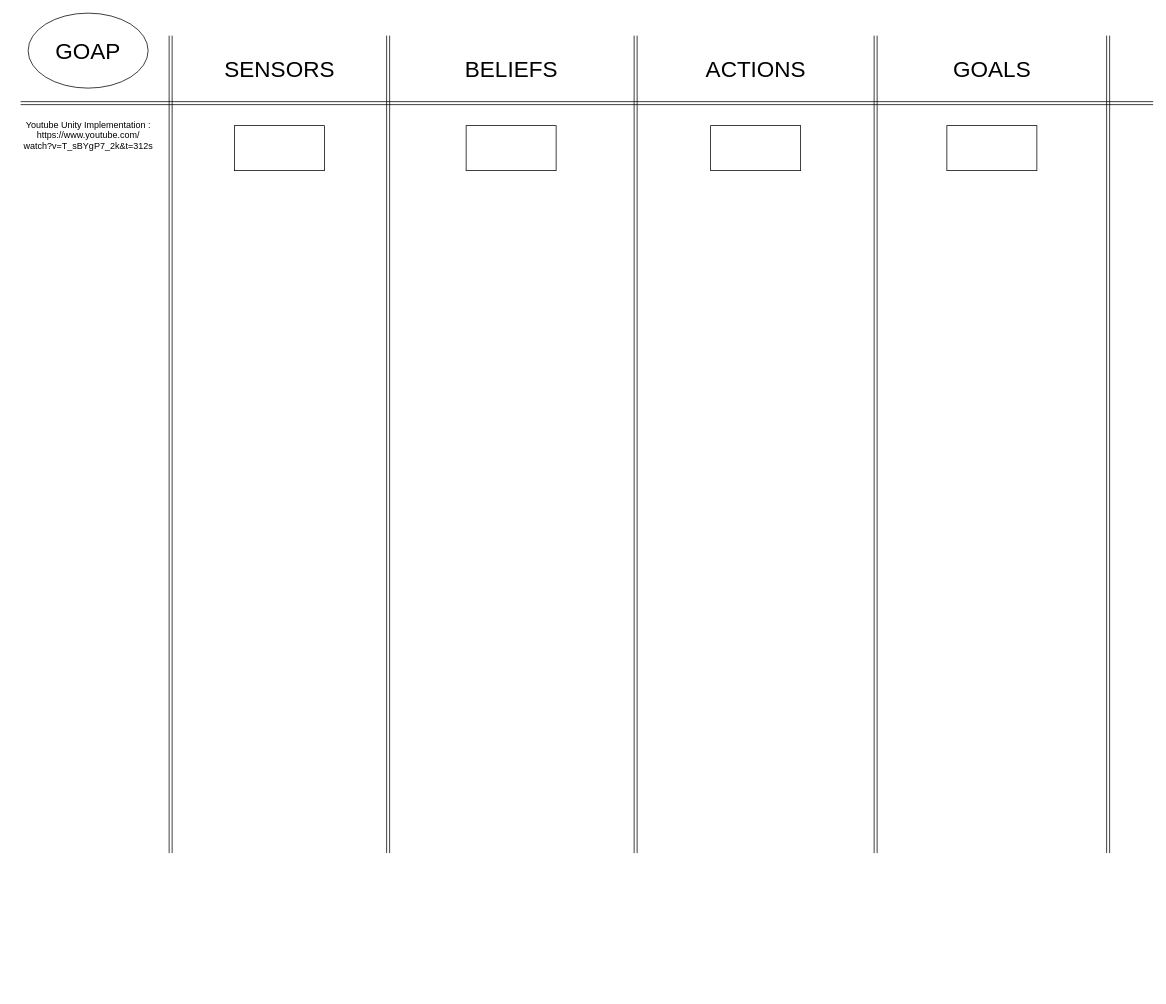
The draw.io diagram page "Unit" (4 of 6) of sources/lux.drawio in LouisViel/Lux-AI, before the edit. Source tidied: cells renumbered, new cells numbered last; positions are measured from the earlier drawing's top-left corner, leaving out a move shared by most shapes. Both pictures are drawn from the tidied source at 75%, with x=0, y=0 at pixel (13, 13).
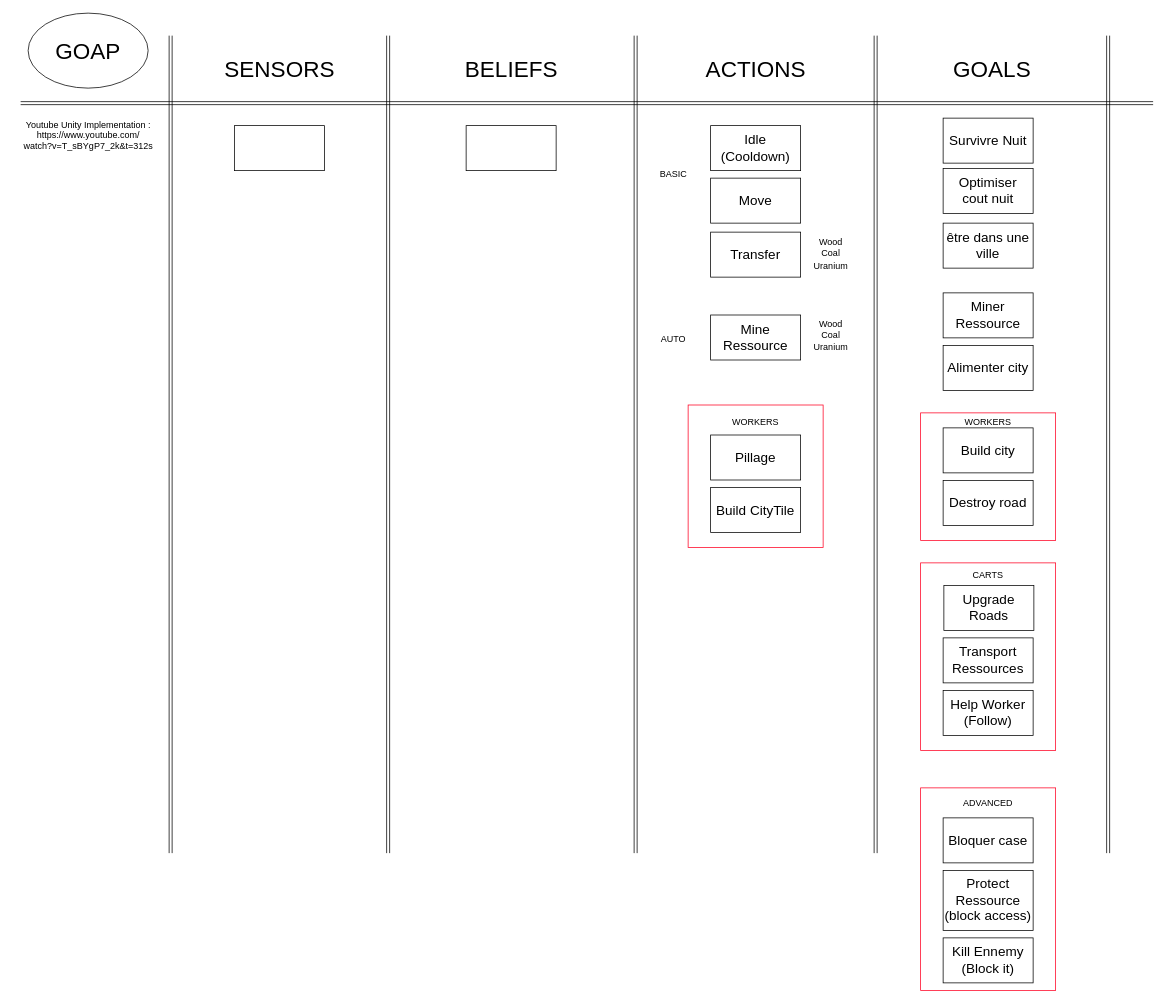
Above is the later version.

What changed in the source:
```diff
@@
+    <mxCell id="18" value="&lt;div&gt;ADVANCED&lt;br&gt;&lt;br&gt;&lt;br&gt;&lt;br&gt;&lt;br&gt;&lt;br&gt;&lt;br&gt;&lt;br&gt;&lt;br&gt;&lt;/div&gt;&lt;div&gt;&lt;br&gt;&lt;/div&gt;&lt;div&gt;&lt;br&gt;&lt;/div&gt;&lt;div&gt;&lt;br&gt;&lt;/div&gt;&lt;div&gt;&lt;br&gt;&lt;/div&gt;&lt;div&gt;&lt;br&gt;&lt;/div&gt;&lt;div&gt;&lt;br&gt;&lt;/div&gt;&lt;div&gt;&lt;br&gt;&lt;/div&gt;&lt;div&gt;&lt;br&gt;&lt;/div&gt;" style="whiteSpace=wrap;html=1;fillColor=none;strokeColor=#FF0022;" parent="1" vertex="1">
+      <mxGeometry x="1210" y="1033" width="180" height="270" as="geometry" />
+    </mxCell>
+    <mxCell id="19" value="&lt;div&gt;WORKERS&lt;br&gt;&lt;br&gt;&lt;br&gt;&lt;br&gt;&lt;br&gt;&lt;br&gt;&lt;/div&gt;&lt;div&gt;&lt;br&gt;&lt;/div&gt;&lt;div&gt;&lt;br&gt;&lt;/div&gt;&lt;div&gt;&lt;br&gt;&lt;/div&gt;&lt;div&gt;&lt;br&gt;&lt;/div&gt;&lt;div&gt;&lt;br&gt;&lt;/div&gt;" style="whiteSpace=wrap;html=1;fillColor=none;strokeColor=#FF0022;" parent="1" vertex="1">
+      <mxGeometry x="1210" y="533" width="180" height="170" as="geometry" />
+    </mxCell>
+    <mxCell id="20" value="&lt;div&gt;WORKERS&lt;br&gt;&lt;br&gt;&lt;br&gt;&lt;br&gt;&lt;br&gt;&lt;br&gt;&lt;br&gt;&lt;br&gt;&lt;br&gt;&lt;br&gt;&lt;br&gt;&lt;/div&gt;" style="whiteSpace=wrap;html=1;fillColor=none;strokeColor=#FF0022;" parent="1" vertex="1">
+      <mxGeometry x="900" y="522.5" width="180" height="190" as="geometry" />
+    </mxCell>
+    <mxCell id="21" value="&lt;div&gt;CARTS&lt;br&gt;&lt;br&gt;&lt;br&gt;&lt;br&gt;&lt;br&gt;&lt;/div&gt;&lt;div&gt;&lt;br&gt;&lt;/div&gt;&lt;div&gt;&lt;br&gt;&lt;/div&gt;&lt;div&gt;&lt;br&gt;&lt;/div&gt;&lt;div&gt;&lt;br&gt;&lt;/div&gt;&lt;div&gt;&lt;br&gt;&lt;/div&gt;&lt;div&gt;&lt;br&gt;&lt;/div&gt;&lt;div&gt;&lt;br&gt;&lt;/div&gt;&lt;div&gt;&lt;br&gt;&lt;/div&gt;&lt;div&gt;&lt;br&gt;&lt;/div&gt;&lt;div&gt;&lt;br&gt;&lt;/div&gt;&lt;div&gt;&lt;br&gt;&lt;/div&gt;" style="whiteSpace=wrap;html=1;fillColor=none;strokeColor=#FF0022;" parent="1" vertex="1">
+      <mxGeometry x="1210" y="733" width="180" height="250" as="geometry" />
+    </mxCell>
@@
-    <mxCell id="13" style="whiteSpace=wrap;html=1;fontSize=18;labelBackgroundColor=none;" parent="1" vertex="1">
-      <mxGeometry x="930" y="150" width="120" height="60" as="geometry" />
+    <mxCell id="13" value="Transfer" style="whiteSpace=wrap;html=1;fontSize=18;labelBackgroundColor=none;" parent="1" vertex="1">
+      <mxGeometry x="930" y="292" width="120" height="60" as="geometry" />
     </mxCell>
-    <mxCell id="14" style="whiteSpace=wrap;html=1;fontSize=18;labelBackgroundColor=none;" parent="1" vertex="1">
-      <mxGeometry x="1245" y="150" width="120" height="60" as="geometry" />
-    </mxCell>
@@
+    <mxCell id="22" value="Move" style="whiteSpace=wrap;html=1;fontSize=18;labelBackgroundColor=none;" parent="1" vertex="1">
+      <mxGeometry x="930" y="220" width="120" height="60" as="geometry" />
+    </mxCell>
+    <mxCell id="23" value="Mine Ressource" style="whiteSpace=wrap;html=1;fontSize=18;labelBackgroundColor=none;" parent="1" vertex="1">
+      <mxGeometry x="930" y="402.5" width="120" height="60" as="geometry" />
+    </mxCell>
+    <mxCell id="24" value="Bloquer case" style="whiteSpace=wrap;html=1;fontSize=18;labelBackgroundColor=none;" parent="1" vertex="1">
+      <mxGeometry x="1240" y="1073" width="120" height="60" as="geometry" />
+    </mxCell>
+    <mxCell id="25" value="Pillage" style="whiteSpace=wrap;html=1;fontSize=18;labelBackgroundColor=none;" parent="1" vertex="1">
+      <mxGeometry x="930" y="562.5" width="120" height="60" as="geometry" />
+    </mxCell>
+    <mxCell id="26" value="Build CityTile" style="whiteSpace=wrap;html=1;fontSize=18;labelBackgroundColor=none;" parent="1" vertex="1">
+      <mxGeometry x="930" y="632.5" width="120" height="60" as="geometry" />
+    </mxCell>
+    <mxCell id="27" value="AUTO" style="text;html=1;align=center;verticalAlign=middle;strokeColor=none;fillColor=none;" parent="1" vertex="1">
+      <mxGeometry x="850" y="420" width="60" height="30" as="geometry" />
+    </mxCell>
+    <mxCell id="28" value="BASIC" style="text;html=1;align=center;verticalAlign=middle;strokeColor=none;fillColor=none;" parent="1" vertex="1">
+      <mxGeometry x="850" y="200" width="60" height="30" as="geometry" />
+    </mxCell>
+    <mxCell id="29" value="Miner Ressource" style="whiteSpace=wrap;html=1;fontSize=18;labelBackgroundColor=none;" parent="1" vertex="1">
+      <mxGeometry x="1240" y="373" width="120" height="60" as="geometry" />
+    </mxCell>
+    <mxCell id="30" value="Survivre Nuit" style="whiteSpace=wrap;html=1;fontSize=18;labelBackgroundColor=none;" parent="1" vertex="1">
+      <mxGeometry x="1240" y="140" width="120" height="60" as="geometry" />
+    </mxCell>
+    <mxCell id="31" value="Wood" style="text;html=1;align=center;verticalAlign=middle;strokeColor=none;fillColor=none;" parent="1" vertex="1">
+      <mxGeometry x="1065" y="290" width="50" height="30" as="geometry" />
+    </mxCell>
+    <mxCell id="32" value="Coal" style="text;html=1;align=center;verticalAlign=middle;strokeColor=none;fillColor=none;" parent="1" vertex="1">
+      <mxGeometry x="1065" y="305" width="50" height="30" as="geometry" />
+    </mxCell>
+    <mxCell id="33" value="Uranium" style="text;html=1;align=center;verticalAlign=middle;strokeColor=none;fillColor=none;" parent="1" vertex="1">
+      <mxGeometry x="1055" y="322" width="70" height="30" as="geometry" />
+    </mxCell>
+    <mxCell id="34" value="Alimenter city" style="whiteSpace=wrap;html=1;fontSize=18;labelBackgroundColor=none;" parent="1" vertex="1">
+      <mxGeometry x="1240" y="443" width="120" height="60" as="geometry" />
+    </mxCell>
+    <mxCell id="35" value="Build city" style="whiteSpace=wrap;html=1;fontSize=18;labelBackgroundColor=none;" parent="1" vertex="1">
+      <mxGeometry x="1240" y="553" width="120" height="60" as="geometry" />
+    </mxCell>
+    <mxCell id="36" value="Destroy road" style="whiteSpace=wrap;html=1;fontSize=18;labelBackgroundColor=none;" parent="1" vertex="1">
+      <mxGeometry x="1240" y="623" width="120" height="60" as="geometry" />
+    </mxCell>
+    <mxCell id="37" value="Upgrade Roads" style="whiteSpace=wrap;html=1;fontSize=18;labelBackgroundColor=none;" parent="1" vertex="1">
+      <mxGeometry x="1241" y="763" width="120" height="60" as="geometry" />
+    </mxCell>
+    <mxCell id="38" value="Transport Ressources" style="whiteSpace=wrap;html=1;fontSize=18;labelBackgroundColor=none;" parent="1" vertex="1">
+      <mxGeometry x="1240" y="833" width="120" height="60" as="geometry" />
+    </mxCell>
+    <mxCell id="39" value="Protect Ressource&lt;br&gt;(block access)" style="whiteSpace=wrap;html=1;fontSize=18;labelBackgroundColor=none;" parent="1" vertex="1">
+      <mxGeometry x="1240" y="1143" width="120" height="80" as="geometry" />
+    </mxCell>
+    <mxCell id="40" value="Kill Ennemy&lt;br&gt;(Block it)" style="whiteSpace=wrap;html=1;fontSize=18;labelBackgroundColor=none;" parent="1" vertex="1">
+      <mxGeometry x="1240" y="1233" width="120" height="60" as="geometry" />
+    </mxCell>
+    <mxCell id="41" value="Wood" style="text;html=1;align=center;verticalAlign=middle;strokeColor=none;fillColor=none;" parent="1" vertex="1">
+      <mxGeometry x="1065" y="400" width="50" height="30" as="geometry" />
+    </mxCell>
+    <mxCell id="42" value="Coal" style="text;html=1;align=center;verticalAlign=middle;strokeColor=none;fillColor=none;" parent="1" vertex="1">
+      <mxGeometry x="1065" y="415" width="50" height="30" as="geometry" />
+    </mxCell>
+    <mxCell id="43" value="Uranium" style="text;html=1;align=center;verticalAlign=middle;strokeColor=none;fillColor=none;" parent="1" vertex="1">
+      <mxGeometry x="1055" y="430" width="70" height="30" as="geometry" />
+    </mxCell>
+    <mxCell id="44" value="Help Worker&lt;br&gt;(Follow)" style="whiteSpace=wrap;html=1;fontSize=18;labelBackgroundColor=none;" parent="1" vertex="1">
+      <mxGeometry x="1240" y="903" width="120" height="60" as="geometry" />
+    </mxCell>
+    <mxCell id="45" value="Idle&lt;br&gt;(Cooldown)" style="whiteSpace=wrap;html=1;fontSize=18;labelBackgroundColor=none;" parent="1" vertex="1">
+      <mxGeometry x="930" y="150" width="120" height="60" as="geometry" />
+    </mxCell>
+    <mxCell id="46" value="être dans une ville" style="whiteSpace=wrap;html=1;fontSize=18;labelBackgroundColor=none;" parent="1" vertex="1">
+      <mxGeometry x="1240" y="280" width="120" height="60" as="geometry" />
+    </mxCell>
+    <mxCell id="47" value="Optimiser&lt;br&gt;cout nuit" style="whiteSpace=wrap;html=1;fontSize=18;labelBackgroundColor=none;" parent="1" vertex="1">
+      <mxGeometry x="1240" y="207" width="120" height="60" as="geometry" />
+    </mxCell>
```
